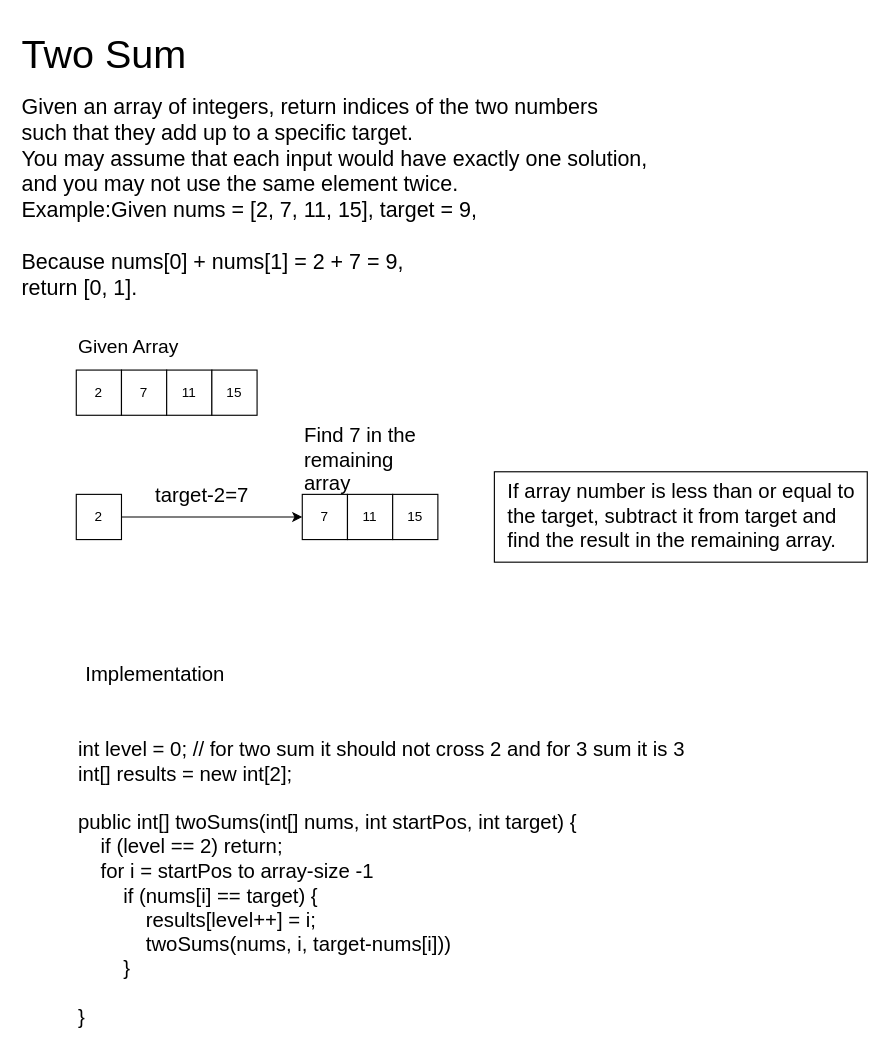
Before: docs/ThreeSum.drawio in rajsenthil/tdd-java, a draw.io diagram. Source tidied: cells renumbered, new cells numbered last; positions are measured from the earlier drawing's top-left corner, leaving out a move shared by most shapes. Both pictures are drawn from the tidied source at 113%, with x=0, y=0 at pixel (19, 19).
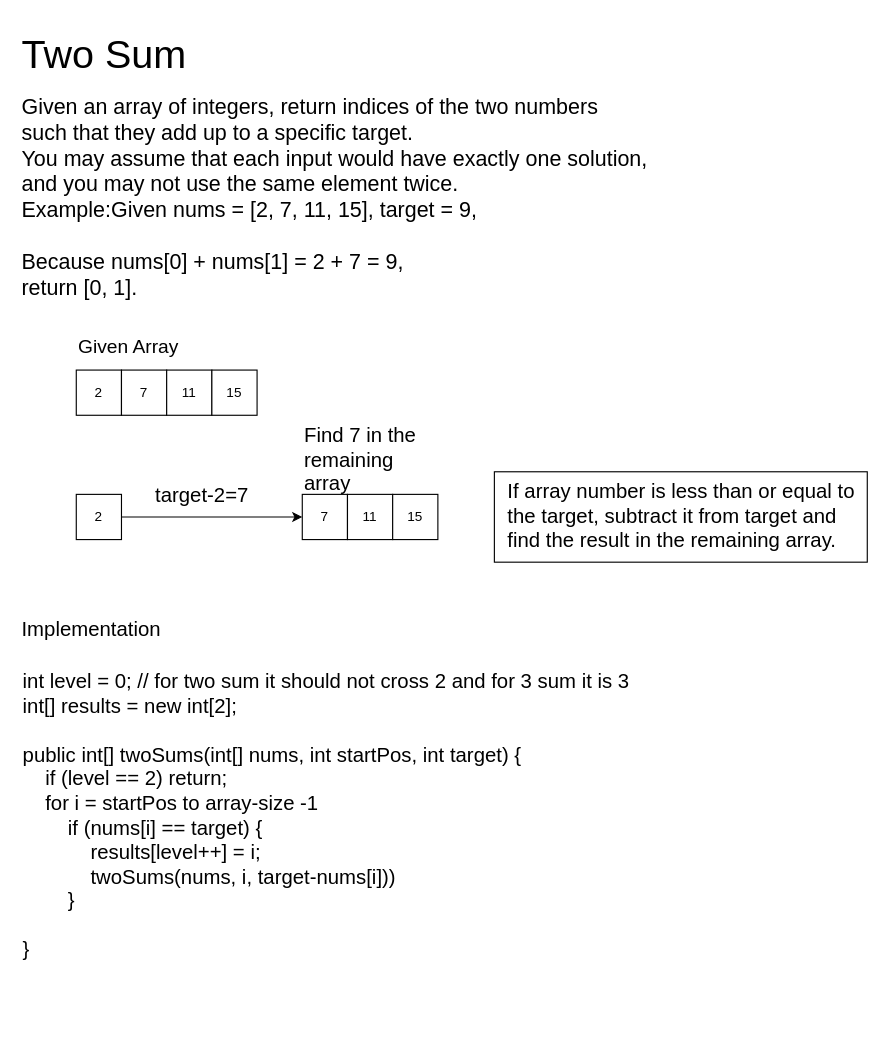
Above is the later version.

The edit, as a diff of the source:
```diff
@@
-    <mxCell id="18" value="Implementation" style="text;html=1;strokeColor=none;fillColor=none;align=center;verticalAlign=middle;whiteSpace=wrap;rounded=0;fontSize=18;" parent="1" vertex="1">
-      <mxGeometry x="50" y="570" width="140" height="20" as="geometry" />
+    <mxCell id="18" value="Implementation" style="text;html=1;strokeColor=none;fillColor=none;align=left;verticalAlign=middle;whiteSpace=wrap;rounded=0;fontSize=18;" parent="1" vertex="1">
+      <mxGeometry y="530" width="140" height="20" as="geometry" />
     </mxCell>
     <mxCell id="19" value="int level = 0; // for two sum it should not cross 2 and for 3 sum it is 3&lt;br&gt;int[] results = new int[2];&lt;br&gt;&lt;br&gt;public int[] twoSums(int[] nums, int startPos, int target) {&lt;br&gt;&amp;nbsp; &amp;nbsp; if (level == 2) return;&lt;br&gt;&amp;nbsp; &amp;nbsp; for i = startPos to array-size -1&lt;br&gt;&amp;nbsp; &amp;nbsp; &amp;nbsp; &amp;nbsp; if (nums[i] == target) {&amp;nbsp; &amp;nbsp; &amp;nbsp; &amp;nbsp; &amp;nbsp; &amp;nbsp;&amp;nbsp;&lt;br&gt;&amp;nbsp; &amp;nbsp; &amp;nbsp; &amp;nbsp; &amp;nbsp; &amp;nbsp; results[level++] = i;&lt;br&gt;&amp;nbsp; &amp;nbsp; &amp;nbsp; &amp;nbsp; &amp;nbsp; &amp;nbsp; twoSums(nums, i, target-nums[i]))&lt;br&gt;&amp;nbsp; &amp;nbsp; &amp;nbsp; &amp;nbsp; }&lt;br&gt;&amp;nbsp; &amp;nbsp;&amp;nbsp;&lt;br&gt;}" style="text;html=1;strokeColor=none;fillColor=none;align=left;verticalAlign=middle;whiteSpace=wrap;rounded=0;fontSize=18;" parent="1" vertex="1">
-      <mxGeometry x="50" y="630" width="580" height="270" as="geometry" />
+      <mxGeometry x="1" y="570" width="580" height="270" as="geometry" />
     </mxCell>
```
